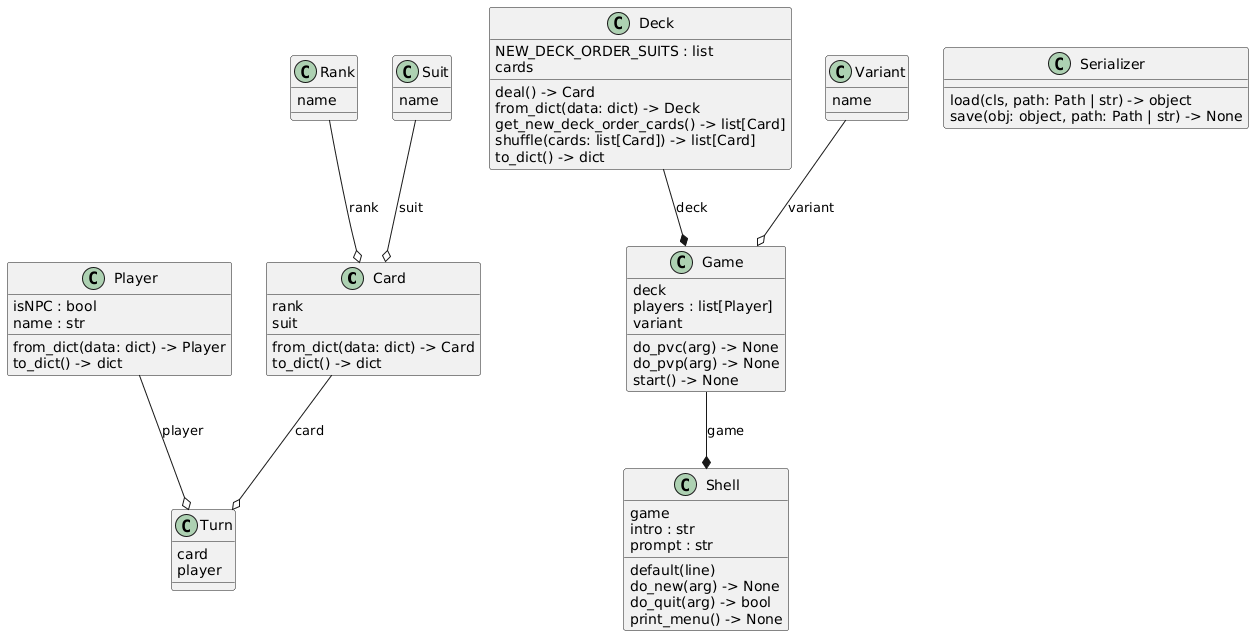
This is docs/uml/png/classes_war.png from b3h3m0th/war, a PlantUML export, as it was before one commit.
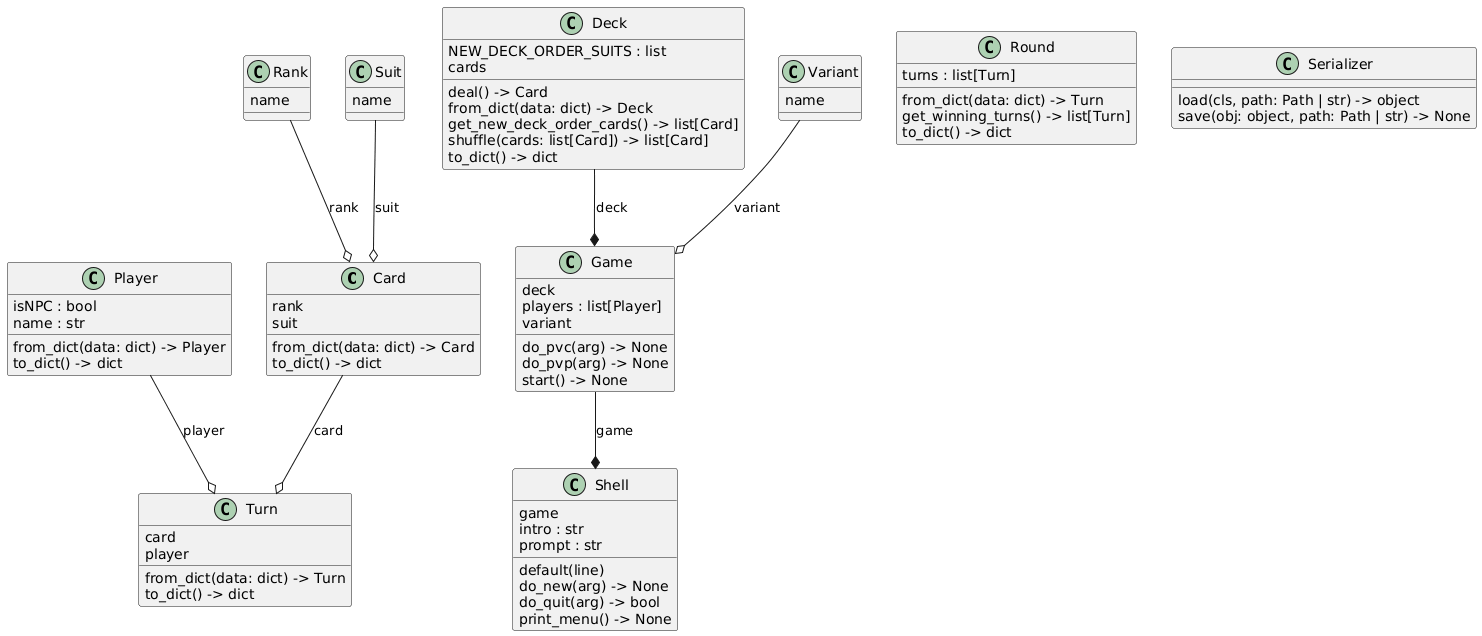
The same file after the commit.

Diff of the diagram source:
```diff
@@ -32,6 +32,12 @@
 class "Rank" as enums.rank.Rank {
   name
 }
+class "Round" as models.round.Round {
+  turns : list[Turn]
+  from_dict(data: dict) -> Turn
+  get_winning_turns() -> list[Turn]
+  to_dict() -> dict
+}
 class "Serializer" as utils.serializer.Serializer {
   load(cls, path: Path | str) -> object
   save(obj: object, path: Path | str) -> None
@@ -51,6 +57,8 @@
 class "Turn" as models.turn.Turn {
   card
   player
+  from_dict(data: dict) -> Turn
+  to_dict() -> dict
 }
 class "Variant" as enums.variant.Variant {
   name
```
